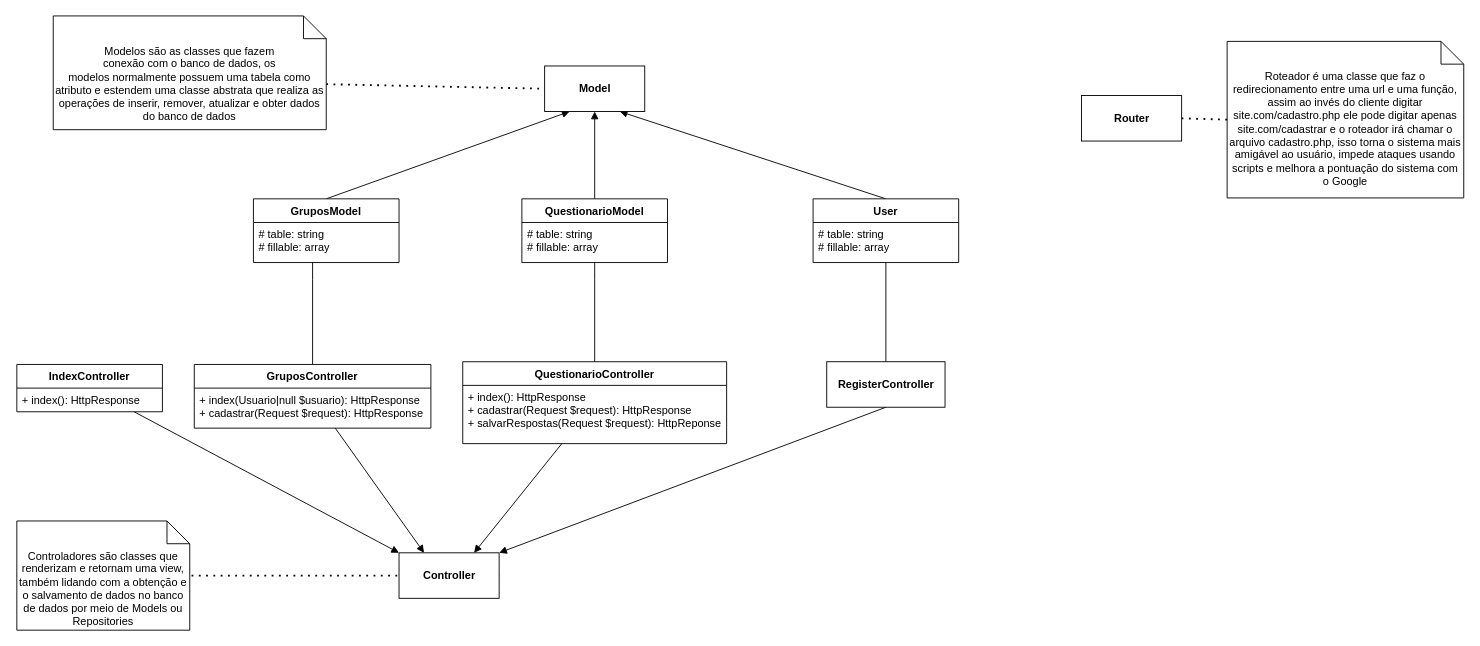
Above: Diagramas/Arquitetura de classes.drawio in pmarangon/Grupo-1-PI--Sa-de-e-Bem-Estar (draw.io), before the change. Source tidied: cells renumbered, new cells numbered last; positions are measured from the earlier drawing's top-left corner, leaving out a move shared by most shapes. Both pictures are drawn from the tidied source at 91%, with x=0, y=0 at pixel (16, 15).
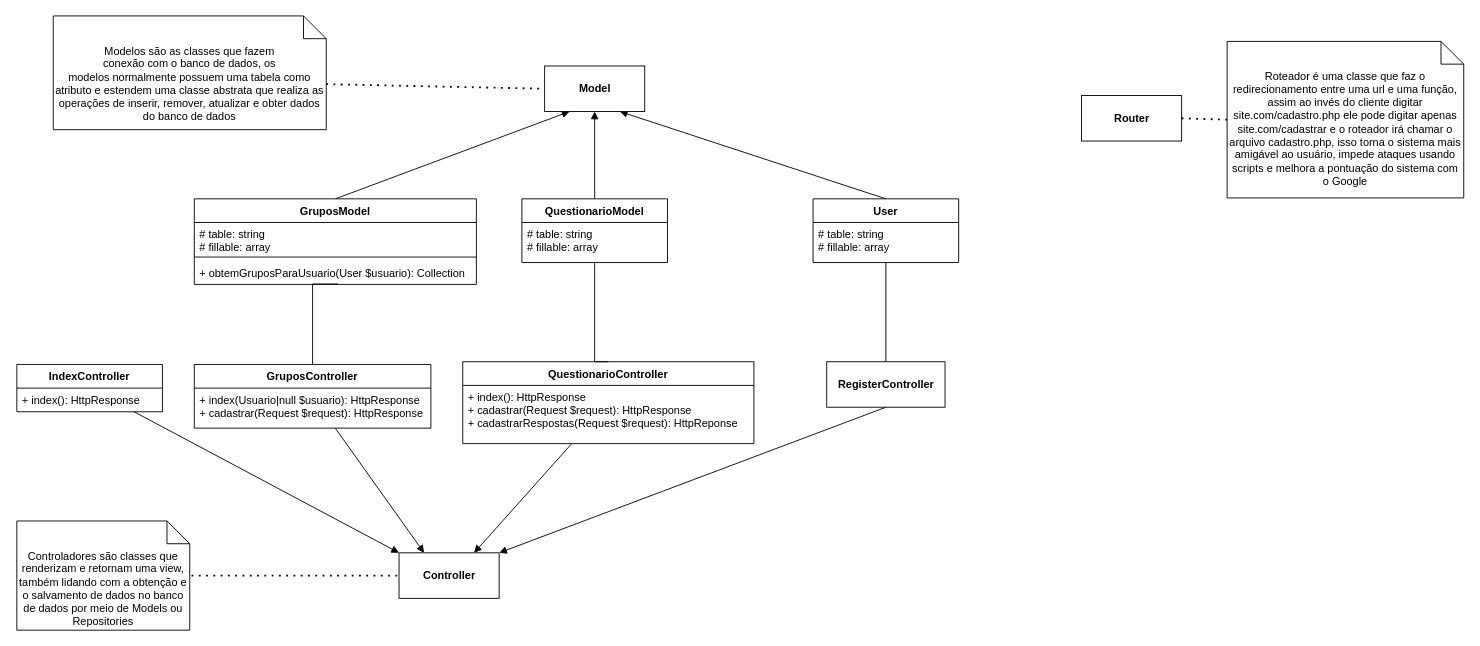
The same diagram, later.

Commit message (it also covers changes not shown here):
Atualiza diagramas de classe e de acesso a tela de grupos

The change refers to these unchanged cells:
```xml
<mxCell id="22" value="GruposController" style="swimlane;fontStyle=1;align=center;verticalAlign=top;horizontal=1;startSize=26;" parent="1" vertex="1">
  <mxGeometry x="195" y="383" width="260" height="70" as="geometry" />
</mxCell>
```

Change to the diagram source:
```diff
@@
-    <mxCell id="3" style="edgeStyle=orthogonalEdgeStyle;rounded=0;jettySize=auto;html=1;entryX=0.5;entryY=0;entryDx=0;entryDy=0;startArrow=none;startFill=0;endArrow=none;endFill=0;" parent="1" edge="1" source="4" target="22">
+    <mxCell id="3" style="edgeStyle=orthogonalEdgeStyle;rounded=0;jettySize=auto;html=1;entryX=0.5;entryY=0;entryDx=0;entryDy=0;startArrow=none;startFill=0;endArrow=none;endFill=0;exitX=0.51;exitY=0.984;exitDx=0;exitDy=0;exitPerimeter=0;" parent="1" edge="1" source="35" target="22">
       <mxGeometry relative="1" as="geometry">
         <Array as="points">
-          <mxPoint x="325" y="290" />
-          <mxPoint x="325" y="290" />
+          <mxPoint x="325" y="295" />
         </Array>
       </mxGeometry>
     </mxCell>
-    <mxCell id="4" value="GruposModel" style="swimlane;fontStyle=1;align=center;verticalAlign=top;horizontal=1;startSize=26;" parent="1" vertex="1">
-      <mxGeometry x="260" y="201" width="160" height="70" as="geometry" />
-    </mxCell>
-    <mxCell id="5" value="# table: string&#10;# fillable: array" style="text;strokeColor=none;fillColor=none;align=left;verticalAlign=top;spacingLeft=4;spacingRight=4;overflow=hidden;" parent="4" vertex="1">
-      <mxGeometry y="26" width="160" height="44" as="geometry" />
-    </mxCell>
@@
     <mxCell id="25" value="QuestionarioController" style="swimlane;fontStyle=1;align=center;verticalAlign=top;horizontal=1;startSize=26;" parent="1" vertex="1">
-      <mxGeometry x="490" y="380" width="290" height="90" as="geometry" />
+      <mxGeometry x="490" y="380" width="320" height="90" as="geometry" />
     </mxCell>
-    <mxCell id="26" value="+ index(): HttpResponse&#10;+ cadastrar(Request $request): HttpResponse&#10;+ salvarRespostas(Request $request): HttpReponse" style="text;strokeColor=none;fillColor=none;align=left;verticalAlign=top;spacingLeft=4;spacingRight=4;overflow=hidden;" parent="25" vertex="1">
-      <mxGeometry y="26" width="290" height="64" as="geometry" />
+    <mxCell id="26" value="+ index(): HttpResponse&#10;+ cadastrar(Request $request): HttpResponse&#10;+ cadastrarRespostas(Request $request): HttpReponse" style="text;strokeColor=none;fillColor=none;align=left;verticalAlign=top;spacingLeft=4;spacingRight=4;overflow=hidden;" parent="25" vertex="1">
+      <mxGeometry y="26" width="320" height="64" as="geometry" />
     </mxCell>
@@
+    <mxCell id="4" value="GruposModel" style="swimlane;fontStyle=1;align=center;verticalAlign=top;horizontal=1;startSize=26;" parent="1" vertex="1">
+      <mxGeometry x="195" y="201" width="310" height="94" as="geometry" />
+    </mxCell>
+    <mxCell id="5" value="# table: string&#10;# fillable: array" style="text;strokeColor=none;fillColor=none;align=left;verticalAlign=top;spacingLeft=4;spacingRight=4;overflow=hidden;" parent="4" vertex="1">
+      <mxGeometry y="26" width="310" height="34" as="geometry" />
+    </mxCell>
+    <mxCell id="34" style="line;strokeWidth=1;fillColor=none;align=left;verticalAlign=middle;spacingTop=-1;spacingLeft=3;spacingRight=3;labelPosition=right;" parent="4" vertex="1">
+      <mxGeometry y="60" width="310" height="8" as="geometry" />
+    </mxCell>
+    <mxCell id="35" value="+ obtemGruposParaUsuario(User $usuario): Collection" style="text;strokeColor=none;fillColor=none;align=left;verticalAlign=top;spacingLeft=4;spacingRight=4;overflow=hidden;points=[[0,0.5],[1,0.5]];portConstraint=eastwest;" parent="4" vertex="1">
+      <mxGeometry y="68" width="310" height="26" as="geometry" />
+    </mxCell>
```
